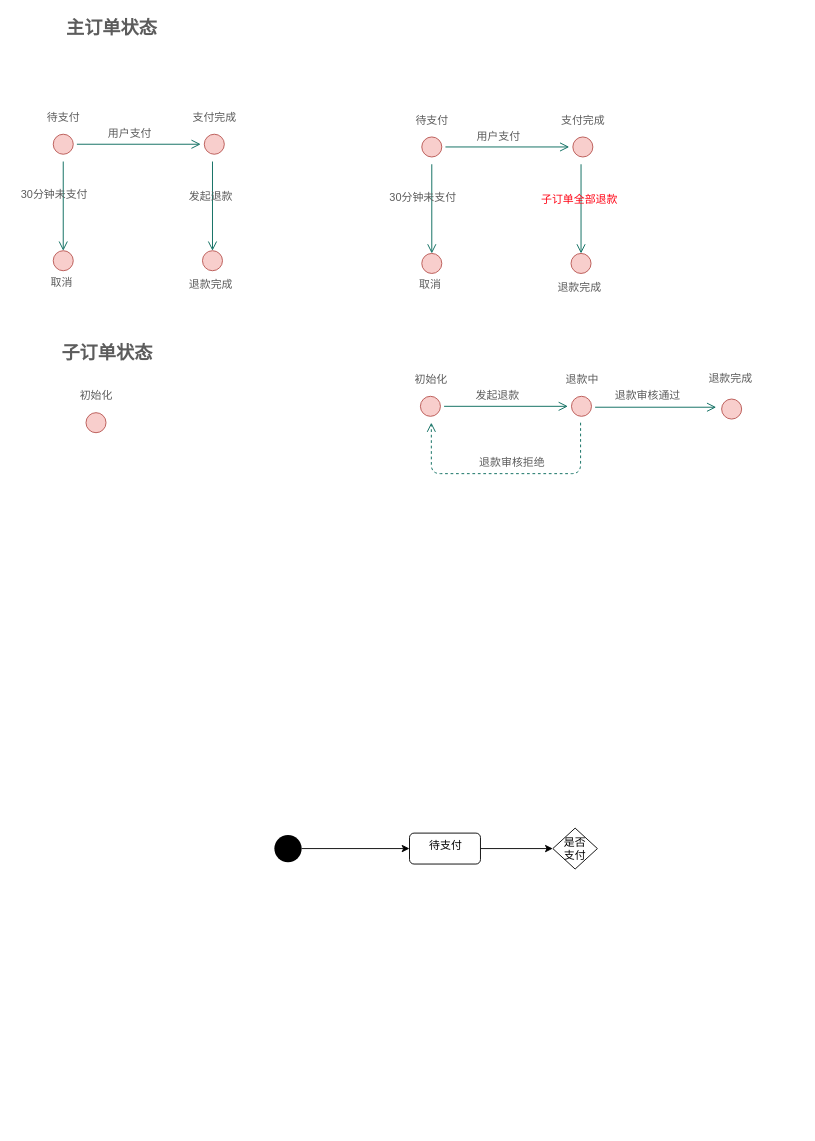
Before: order-refund.drawio in zhaoershuang/flow-chart, a draw.io diagram. Source tidied: cells renumbered, new cells numbered last; positions are measured from the earlier drawing's top-left corner, leaving out a move shared by most shapes. Both pictures are drawn from the tidied source at 91%, with x=0, y=0 at pixel (15, 16).
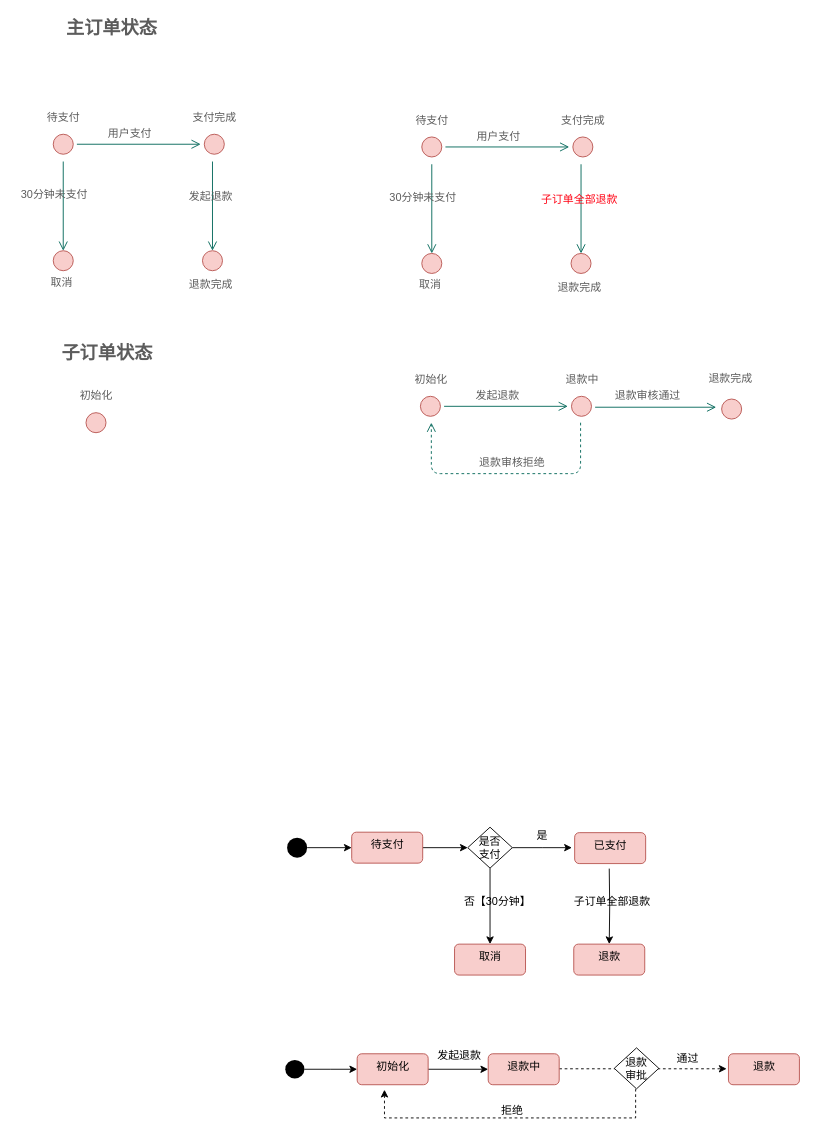
The same page after the edit.

What changed in the source:
```diff
@@
-<mxGraphModel>
+<mxGraphModel background="#ffffff">
@@
-    <mxCell id="46" style="edgeStyle=orthogonalEdgeStyle;rounded=0;jettySize=auto;html=1;" parent="1" edge="1" source="47" target="50">
+    <mxCell id="46" style="edgeStyle=orthogonalEdgeStyle;rounded=0;jettySize=auto;html=1;entryX=0;entryY=0.5;entryDx=0;entryDy=0;" parent="1" edge="1" source="47" target="50">
       <mxGeometry relative="1" as="geometry" />
     </mxCell>
-    <mxCell id="47" value="待支付" style="html=1;align=center;verticalAlign=top;rounded=1;absoluteArcSize=1;arcSize=10;" parent="1" vertex="1">
-      <mxGeometry x="432.5" y="897" width="78" height="34" as="geometry" />
+    <mxCell id="47" value="待支付" style="html=1;align=center;verticalAlign=top;rounded=1;absoluteArcSize=1;arcSize=10;fillColor=#f8cecc;strokeColor=#b85450;" parent="1" vertex="1">
+      <mxGeometry x="369" y="896" width="78" height="34" as="geometry" />
     </mxCell>
@@
     <mxCell id="49" style="ellipse;fillColor=#000000;strokeColor=none;" parent="1" vertex="1">
-      <mxGeometry x="284" y="899" width="30" height="30" as="geometry" />
+      <mxGeometry x="298" y="902" width="22" height="22" as="geometry" />
     </mxCell>
+    <mxCell id="51" style="edgeStyle=orthogonalEdgeStyle;rounded=0;jettySize=auto;html=1;" parent="1" edge="1" source="50" target="56">
+      <mxGeometry relative="1" as="geometry" />
+    </mxCell>
+    <mxCell id="52" style="edgeStyle=orthogonalEdgeStyle;rounded=0;jettySize=auto;html=1;" parent="1" edge="1" source="50">
+      <mxGeometry relative="1" as="geometry">
+        <mxPoint x="611" y="913" as="targetPoint" />
+      </mxGeometry>
+    </mxCell>
     <mxCell id="50" value="是否&#10;支付" style="rhombus;strokeColor=#000000;" parent="1" vertex="1">
-      <mxGeometry x="590" y="891.5" width="49" height="45" as="geometry" />
+      <mxGeometry x="496.5" y="890.5" width="49" height="45" as="geometry" />
     </mxCell>
+    <mxCell id="53" style="edgeStyle=orthogonalEdgeStyle;rounded=0;jettySize=auto;html=1;entryX=0.5;entryY=0;entryDx=0;entryDy=0;" parent="1" edge="1" target="57">
+      <mxGeometry relative="1" as="geometry">
+        <mxPoint x="652" y="936" as="sourcePoint" />
+      </mxGeometry>
+    </mxCell>
+    <mxCell id="54" value="已支付" style="html=1;align=center;verticalAlign=top;rounded=1;absoluteArcSize=1;arcSize=10;fillColor=#f8cecc;strokeColor=#b85450;" parent="1" vertex="1">
+      <mxGeometry x="614" y="896.5" width="78" height="34" as="geometry" />
+    </mxCell>
+    <mxCell id="55" value="是" style="text;html=1;align=center;verticalAlign=middle;" parent="1" vertex="1">
+      <mxGeometry x="566.5" y="891" width="22" height="18" as="geometry" />
+    </mxCell>
+    <mxCell id="56" value="取消" style="html=1;align=center;verticalAlign=top;rounded=1;absoluteArcSize=1;arcSize=10;fillColor=#f8cecc;strokeColor=#b85450;" parent="1" vertex="1">
+      <mxGeometry x="482" y="1019" width="78" height="34" as="geometry" />
+    </mxCell>
+    <mxCell id="57" value="退款" style="html=1;align=center;verticalAlign=top;rounded=1;absoluteArcSize=1;arcSize=10;fillColor=#f8cecc;strokeColor=#b85450;" parent="1" vertex="1">
+      <mxGeometry x="613" y="1019" width="78" height="34" as="geometry" />
+    </mxCell>
+    <mxCell id="58" value="否【30分钟】" style="text;html=1;align=center;verticalAlign=middle;" parent="1" vertex="1">
+      <mxGeometry x="487" y="964" width="83" height="18" as="geometry" />
+    </mxCell>
+    <mxCell id="59" style="edgeStyle=orthogonalEdgeStyle;rounded=0;jettySize=auto;html=1;" parent="1" edge="1" source="60" target="69">
+      <mxGeometry relative="1" as="geometry" />
+    </mxCell>
+    <mxCell id="60" value="初始化" style="html=1;align=center;verticalAlign=top;rounded=1;absoluteArcSize=1;arcSize=10;fillColor=#f8cecc;strokeColor=#b85450;" parent="1" vertex="1">
+      <mxGeometry x="375" y="1139.5" width="78" height="34" as="geometry" />
+    </mxCell>
+    <mxCell id="61" style="edgeStyle=orthogonalEdgeStyle;rounded=0;jettySize=auto;html=1;" parent="1" edge="1" source="62" target="60">
+      <mxGeometry relative="1" as="geometry" />
+    </mxCell>
+    <mxCell id="62" style="ellipse;fillColor=#000000;strokeColor=none;" parent="1" vertex="1">
+      <mxGeometry x="296" y="1146.2" width="21" height="20.5" as="geometry" />
+    </mxCell>
+    <mxCell id="63" style="edgeStyle=orthogonalEdgeStyle;rounded=0;orthogonalLoop=1;jettySize=auto;html=1;dashed=1;" parent="1" edge="1">
+      <mxGeometry relative="1" as="geometry">
+        <mxPoint x="681" y="1172" as="sourcePoint" />
+        <mxPoint x="405" y="1179" as="targetPoint" />
+        <Array as="points">
+          <mxPoint x="681" y="1179" />
+          <mxPoint x="681" y="1210" />
+          <mxPoint x="405" y="1210" />
+        </Array>
+      </mxGeometry>
+    </mxCell>
+    <mxCell id="64" value="通过" style="text;html=1;align=center;verticalAlign=middle;" parent="1" vertex="1">
+      <mxGeometry x="721" y="1136" width="34" height="18" as="geometry" />
+    </mxCell>
+    <mxCell id="65" value="退款" style="html=1;align=center;verticalAlign=top;rounded=1;absoluteArcSize=1;arcSize=10;fillColor=#f8cecc;strokeColor=#b85450;" parent="1" vertex="1">
+      <mxGeometry x="783" y="1139.5" width="78" height="34" as="geometry" />
+    </mxCell>
+    <mxCell id="66" value="&lt;br&gt;拒绝" style="text;html=1;align=center;verticalAlign=middle;" parent="1" vertex="1">
+      <mxGeometry x="527.5" y="1178" width="34" height="32" as="geometry" />
+    </mxCell>
+    <mxCell id="67" value="发起退款" style="text;html=1;align=center;verticalAlign=middle;" parent="1" vertex="1">
+      <mxGeometry x="458" y="1133" width="58" height="18" as="geometry" />
+    </mxCell>
+    <mxCell id="68" style="edgeStyle=orthogonalEdgeStyle;rounded=0;jettySize=auto;html=1;dashed=1;" parent="1" edge="1" source="69">
+      <mxGeometry relative="1" as="geometry">
+        <mxPoint x="781" y="1156" as="targetPoint" />
+      </mxGeometry>
+    </mxCell>
+    <mxCell id="69" value="退款中" style="html=1;align=center;verticalAlign=top;rounded=1;absoluteArcSize=1;arcSize=10;fillColor=#f8cecc;strokeColor=#b85450;" parent="1" vertex="1">
+      <mxGeometry x="519" y="1139.5" width="78" height="34" as="geometry" />
+    </mxCell>
+    <mxCell id="70" value="子订单全部退款" style="text;html=1;align=center;verticalAlign=middle;" parent="1" vertex="1">
+      <mxGeometry x="608" y="964" width="94" height="18" as="geometry" />
+    </mxCell>
+    <mxCell id="71" value="退款&#10;审批" style="rhombus;strokeColor=#000000;" parent="1" vertex="1">
+      <mxGeometry x="657.5" y="1133" width="49" height="45" as="geometry" />
+    </mxCell>
```
